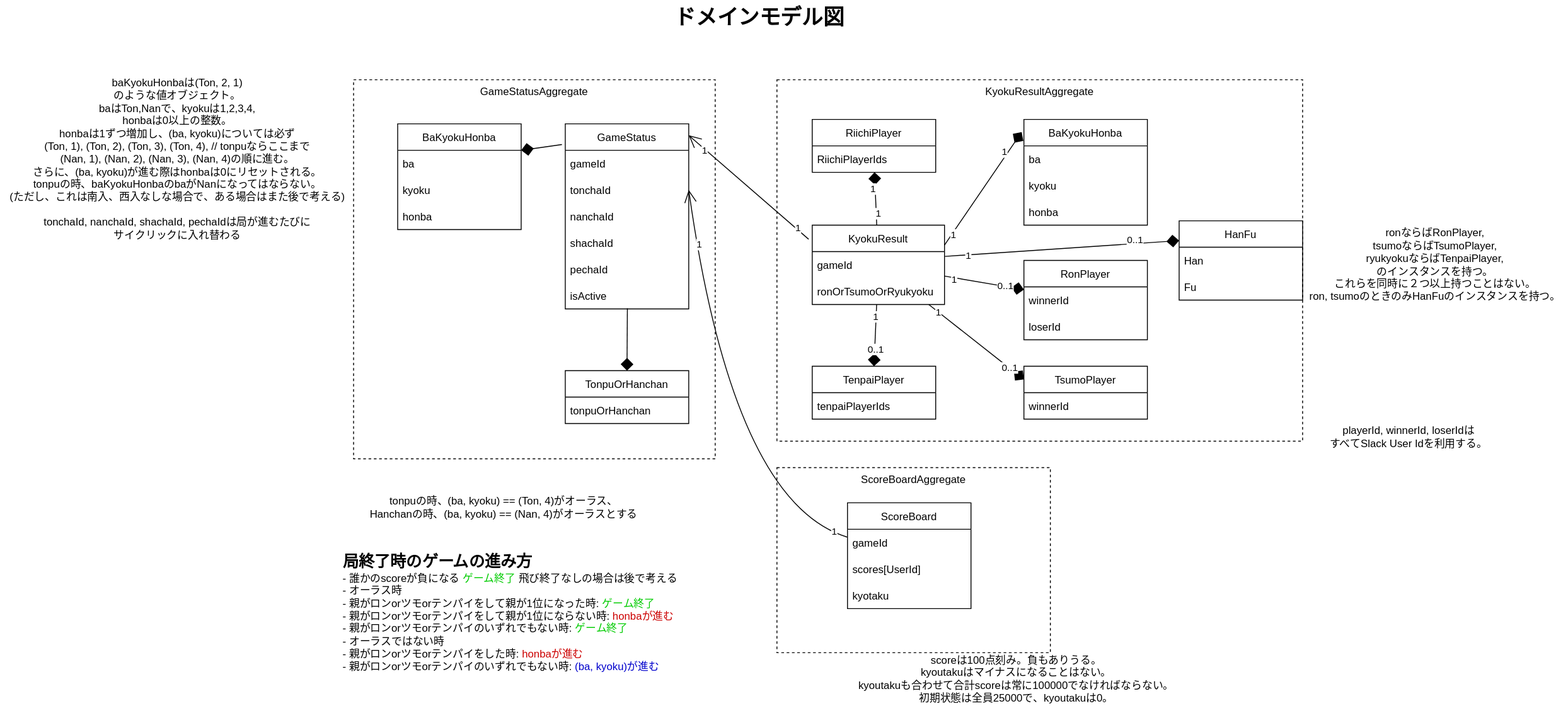
This is docs/model.drawio.svg from landcelita/mahjong-management-bot, a draw.io export, as it was before one commit. Source tidied: cells renumbered, new cells last; positions are measured from the earlier drawing's top-left corner, leaving out a move shared by most shapes.
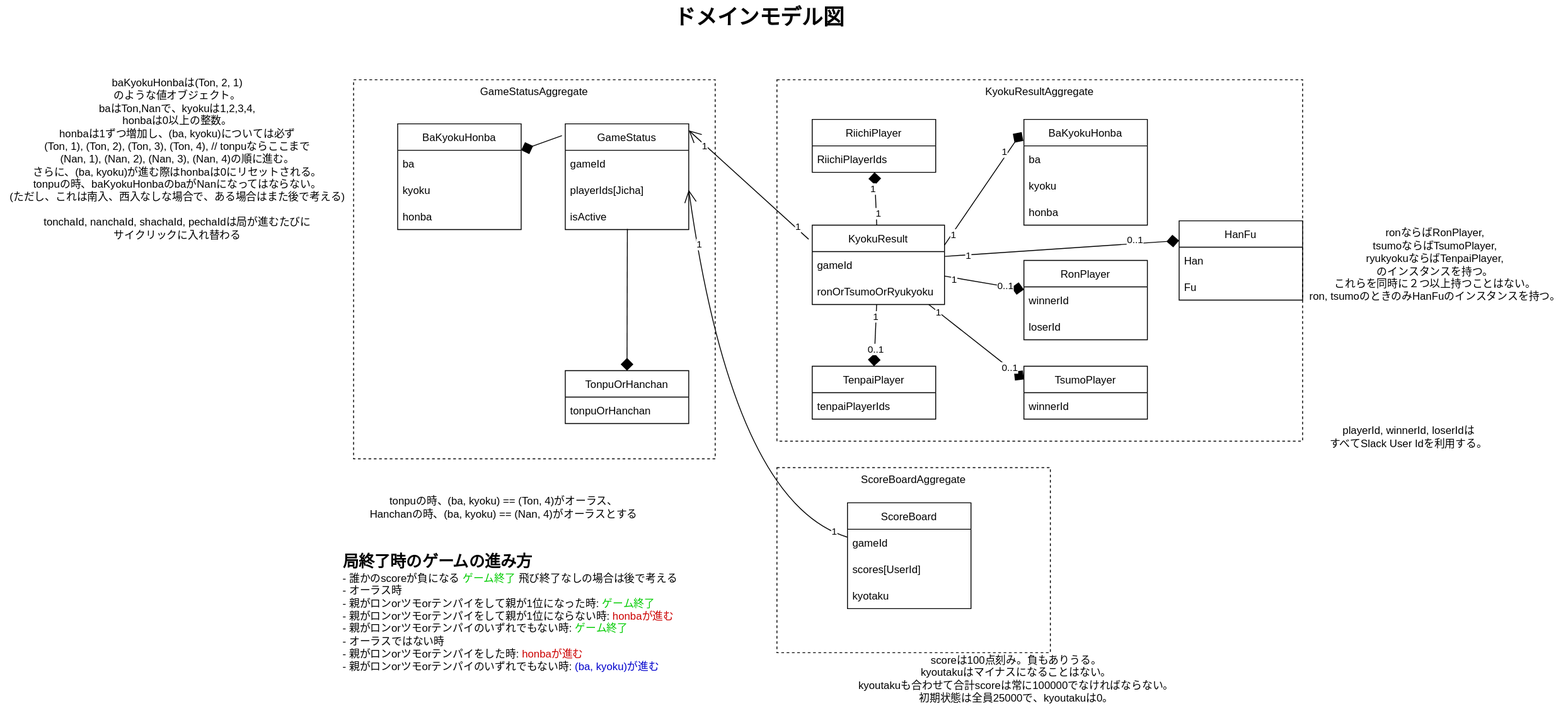
The same file after the commit.

Commit message:
model図の変更(playerIdsを明示的にmapにした)

What changed in the source:
```diff
@@ -12,25 +12,16 @@
       <mxGeometry x="400" y="90" width="410" height="430" as="geometry" />
     </mxCell>
     <mxCell id="5" value="GameStatus" style="swimlane;fontStyle=0;horizontal=1;startSize=30;" parent="1" vertex="1">
-      <mxGeometry x="640" y="140" width="140" height="210" as="geometry" />
+      <mxGeometry x="640" y="140" width="140" height="120" as="geometry" />
     </mxCell>
     <mxCell id="6" value="gameId" style="text;strokeColor=none;fillColor=none;align=left;verticalAlign=middle;spacingLeft=4;spacingRight=4;overflow=hidden;" parent="5" vertex="1">
       <mxGeometry y="30" width="140" height="30" as="geometry" />
     </mxCell>
-    <mxCell id="7" value="tonchaId" style="text;strokeColor=none;fillColor=none;align=left;verticalAlign=middle;spacingLeft=4;spacingRight=4;overflow=hidden;points=[[0,0.5],[1,0.5]];portConstraint=eastwest;" parent="5" vertex="1">
+    <mxCell id="7" value="playerIds[Jicha]" style="text;strokeColor=none;fillColor=none;align=left;verticalAlign=middle;spacingLeft=4;spacingRight=4;overflow=hidden;points=[[0,0.5],[1,0.5]];portConstraint=eastwest;" parent="5" vertex="1">
       <mxGeometry y="60" width="140" height="30" as="geometry" />
     </mxCell>
-    <mxCell id="8" value="nanchaId" style="text;strokeColor=none;fillColor=none;align=left;verticalAlign=middle;spacingLeft=4;spacingRight=4;overflow=hidden;" parent="5" vertex="1">
-      <mxGeometry y="90" width="140" height="30" as="geometry" />
-    </mxCell>
-    <mxCell id="9" value="shachaId" style="text;strokeColor=none;fillColor=none;align=left;verticalAlign=middle;spacingLeft=4;spacingRight=4;overflow=hidden;" parent="5" vertex="1">
-      <mxGeometry y="120" width="140" height="30" as="geometry" />
-    </mxCell>
-    <mxCell id="10" value="pechaId" style="text;strokeColor=none;fillColor=none;align=left;verticalAlign=middle;spacingLeft=4;spacingRight=4;overflow=hidden;" parent="5" vertex="1">
-      <mxGeometry y="150" width="140" height="30" as="geometry" />
-    </mxCell>
     <mxCell id="11" value="isActive" style="text;strokeColor=none;fillColor=none;align=left;verticalAlign=middle;spacingLeft=4;spacingRight=4;overflow=hidden;points=[[0,0.5],[1,0.5]];portConstraint=eastwest;" parent="5" vertex="1">
-      <mxGeometry y="180" width="140" height="30" as="geometry" />
+      <mxGeometry y="90" width="140" height="30" as="geometry" />
     </mxCell>
     <mxCell id="12" value="TonpuOrHanchan" style="swimlane;fontStyle=0;horizontal=1;startSize=30;" parent="1" vertex="1">
       <mxGeometry x="640" y="420" width="140" height="60" as="geometry" />
```
